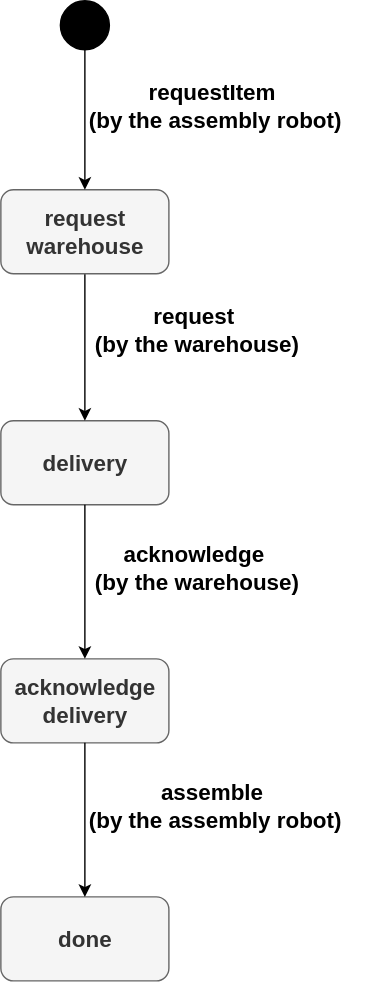
Above: demos/warehouse-readme-demo/assembly-protocol.svg in lucas874/machines (draw.io), before the change. Source tidied: cells renumbered, new cells last; positions are measured from the earlier drawing's top-left corner, leaving out a move shared by most shapes. Source of this version:
```xml
<mxGraphModel>
  <root>
    <mxCell id="0" />
    <mxCell id="1" parent="0" />
    <mxCell id="2" value="&lt;b&gt;&lt;font style=&quot;font-size: 16px;&quot;&gt;delivery&lt;/font&gt;&lt;/b&gt;" style="rounded=1;whiteSpace=wrap;html=1;fillColor=#f5f5f5;fontColor=#333333;strokeColor=#666666;" parent="1" vertex="1">
      <mxGeometry y="300" width="120" height="60" as="geometry" />
    </mxCell>
    <mxCell id="3" style="endArrow=classic;html=1;rounded=0;exitX=0.5;exitY=1;exitDx=0;exitDy=0;" parent="1" edge="1" target="2">
      <mxGeometry relative="1" as="geometry">
        <mxPoint x="60" y="195" as="sourcePoint" />
      </mxGeometry>
    </mxCell>
    <mxCell id="4" value="&lt;div&gt;&lt;font style=&quot;font-size: 16px;&quot;&gt;&lt;b&gt;request&amp;nbsp;&lt;/b&gt;&lt;/font&gt;&lt;/div&gt;&lt;div&gt;&lt;font style=&quot;font-size: 16px;&quot;&gt;&lt;b&gt;(by the warehouse)&lt;/b&gt;&lt;/font&gt;&lt;/div&gt;" style="text;html=1;align=center;verticalAlign=middle;whiteSpace=wrap;rounded=0;" parent="1" vertex="1">
      <mxGeometry x="40" y="220" width="200" height="30" as="geometry" />
    </mxCell>
    <mxCell id="5" value="&lt;div&gt;&lt;b&gt;&lt;font style=&quot;font-size: 16px;&quot;&gt;acknowledge delivery&lt;/font&gt;&lt;/b&gt;&lt;/div&gt;" style="rounded=1;whiteSpace=wrap;html=1;fillColor=#f5f5f5;fontColor=#333333;strokeColor=#666666;" parent="1" vertex="1">
      <mxGeometry y="470" width="120" height="60" as="geometry" />
    </mxCell>
    <mxCell id="6" style="endArrow=classic;html=1;rounded=0;exitX=0.5;exitY=1;exitDx=0;exitDy=0;" parent="1" edge="1">
      <mxGeometry relative="1" as="geometry">
        <mxPoint x="60" y="360" as="sourcePoint" />
        <mxPoint x="60" y="470" as="targetPoint" />
      </mxGeometry>
    </mxCell>
    <mxCell id="7" value="&lt;div&gt;&lt;font style=&quot;font-size: 16px;&quot;&gt;&lt;b&gt;acknowledge&amp;nbsp;&lt;/b&gt;&lt;/font&gt;&lt;/div&gt;&lt;div&gt;&lt;font style=&quot;font-size: 16px;&quot;&gt;&lt;b&gt;(by the warehouse)&lt;/b&gt;&lt;/font&gt;&lt;/div&gt;" style="text;html=1;align=center;verticalAlign=middle;whiteSpace=wrap;rounded=0;" parent="1" vertex="1">
      <mxGeometry x="30" y="390" width="220" height="30" as="geometry" />
    </mxCell>
    <mxCell id="8" value="&lt;b&gt;&lt;font style=&quot;font-size: 16px;&quot;&gt;done&lt;/font&gt;&lt;/b&gt;" style="rounded=1;whiteSpace=wrap;html=1;fillColor=#f5f5f5;fontColor=#333333;strokeColor=#666666;" parent="1" vertex="1">
      <mxGeometry y="640" width="120" height="60" as="geometry" />
    </mxCell>
    <mxCell id="9" style="endArrow=classic;html=1;rounded=0;exitX=0.5;exitY=1;exitDx=0;exitDy=0;" parent="1" edge="1">
      <mxGeometry relative="1" as="geometry">
        <mxPoint x="60" y="530" as="sourcePoint" />
        <mxPoint x="60" y="640" as="targetPoint" />
      </mxGeometry>
    </mxCell>
    <mxCell id="10" value="&lt;div&gt;&lt;font style=&quot;font-size: 16px;&quot;&gt;&lt;b&gt;assemble&amp;nbsp;&lt;/b&gt;&lt;/font&gt;&lt;/div&gt;&lt;div&gt;&lt;font style=&quot;font-size: 16px;&quot;&gt;&lt;b&gt;(by the assembly robot)&lt;/b&gt;&lt;/font&gt;&lt;/div&gt;" style="text;html=1;align=center;verticalAlign=middle;whiteSpace=wrap;rounded=0;" parent="1" vertex="1">
      <mxGeometry x="42.5" y="560" width="220" height="30" as="geometry" />
    </mxCell>
    <mxCell id="11" value="&lt;font style=&quot;font-size: 16px;&quot;&gt;&lt;b&gt;request warehouse&lt;/b&gt;&lt;/font&gt;" style="rounded=1;whiteSpace=wrap;html=1;fillColor=#f5f5f5;fontColor=#333333;strokeColor=#666666;" parent="1" vertex="1">
      <mxGeometry y="135" width="120" height="60" as="geometry" />
    </mxCell>
    <mxCell id="12" style="endArrow=classic;html=1;rounded=0;exitX=0.5;exitY=1;exitDx=0;exitDy=0;" parent="1" edge="1" target="11">
      <mxGeometry relative="1" as="geometry">
        <mxPoint x="60" y="30" as="sourcePoint" />
      </mxGeometry>
    </mxCell>
    <mxCell id="13" value="&lt;div&gt;&lt;font style=&quot;font-size: 16px;&quot;&gt;&lt;b&gt;requestItem&amp;nbsp;&lt;/b&gt;&lt;/font&gt;&lt;/div&gt;&lt;div&gt;&lt;font style=&quot;font-size: 16px;&quot;&gt;&lt;b&gt;(by the assembly robot)&lt;/b&gt;&lt;/font&gt;&lt;/div&gt;" style="text;html=1;align=center;verticalAlign=middle;whiteSpace=wrap;rounded=0;" parent="1" vertex="1">
      <mxGeometry x="52.5" y="60" width="200" height="30" as="geometry" />
    </mxCell>
    <mxCell id="14" style="ellipse;whiteSpace=wrap;html=1;fillColor=#000000;" parent="1" vertex="1">
      <mxGeometry x="42.5" width="35" height="35" as="geometry" />
    </mxCell>
  </root>
</mxGraphModel>
```
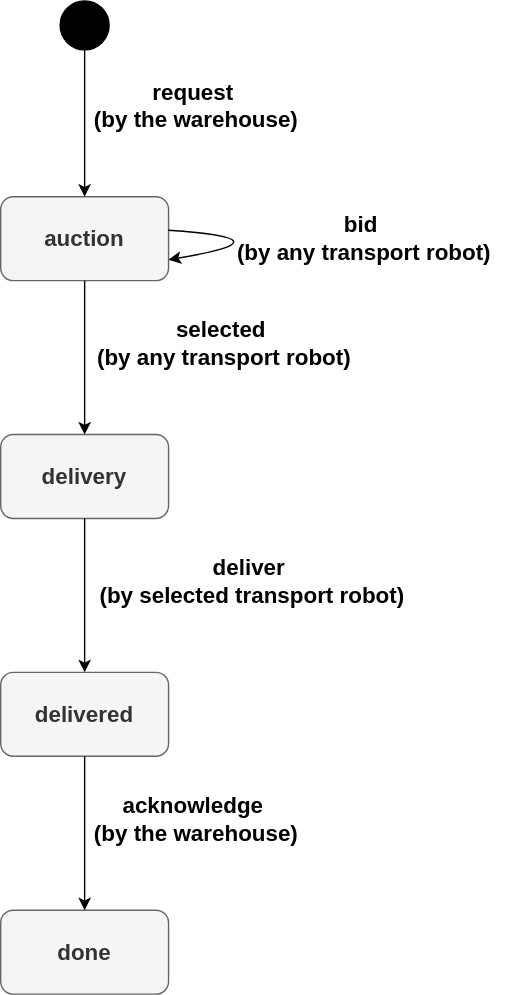
The same file after the commit.

Diff of the diagram source:
```diff
@@ -2,54 +2,63 @@
   <root>
     <mxCell id="0" />
     <mxCell id="1" parent="0" />
+    <mxCell id="15" style="ellipse;whiteSpace=wrap;html=1;fillColor=#000000;" parent="1" vertex="1">
+      <mxGeometry x="42.5" y="160" width="35" height="35" as="geometry" />
+    </mxCell>
-    <mxCell id="2" value="&lt;b&gt;&lt;font style=&quot;font-size: 16px;&quot;&gt;delivery&lt;/font&gt;&lt;/b&gt;" style="rounded=1;whiteSpace=wrap;html=1;fillColor=#f5f5f5;fontColor=#333333;strokeColor=#666666;" parent="1" vertex="1">
+    <mxCell id="2" value="&lt;font style=&quot;font-size: 16px;&quot;&gt;&lt;b&gt;auction&lt;/b&gt;&lt;/font&gt;" style="rounded=1;whiteSpace=wrap;html=1;fillColor=#f5f5f5;fontColor=#333333;strokeColor=#666666;" parent="1" vertex="1">
       <mxGeometry y="300" width="120" height="60" as="geometry" />
     </mxCell>
-    <mxCell id="3" style="endArrow=classic;html=1;rounded=0;exitX=0.5;exitY=1;exitDx=0;exitDy=0;" parent="1" edge="1" target="2">
-      <mxGeometry relative="1" as="geometry">
-        <mxPoint x="60" y="195" as="sourcePoint" />
-      </mxGeometry>
+    <mxCell id="3" style="endArrow=classic;html=1;rounded=0;exitX=0.5;exitY=1;exitDx=0;exitDy=0;" parent="1" edge="1" source="15" target="2">
+      <mxGeometry relative="1" as="geometry" />
     </mxCell>
     <mxCell id="4" value="&lt;div&gt;&lt;font style=&quot;font-size: 16px;&quot;&gt;&lt;b&gt;request&amp;nbsp;&lt;/b&gt;&lt;/font&gt;&lt;/div&gt;&lt;div&gt;&lt;font style=&quot;font-size: 16px;&quot;&gt;&lt;b&gt;(by the warehouse)&lt;/b&gt;&lt;/font&gt;&lt;/div&gt;" style="text;html=1;align=center;verticalAlign=middle;whiteSpace=wrap;rounded=0;" parent="1" vertex="1">
       <mxGeometry x="40" y="220" width="200" height="30" as="geometry" />
     </mxCell>
+    <mxCell id="16" style="endArrow=classic;html=1;rounded=0;exitX=0.998;exitY=0.4;exitDx=0;exitDy=0;exitPerimeter=0;entryX=1;entryY=0.75;entryDx=0;entryDy=0;curved=1;" parent="1" edge="1" source="2" target="2">
+      <mxGeometry relative="1" as="geometry">
+        <Array as="points">
+          <mxPoint x="210" y="330" />
+        </Array>
+      </mxGeometry>
+    </mxCell>
+    <mxCell id="17" value="&lt;div&gt;&lt;font style=&quot;font-size: 16px;&quot;&gt;&lt;b&gt;bid&amp;nbsp;&lt;/b&gt;&lt;/font&gt;&lt;/div&gt;&lt;div&gt;&lt;font style=&quot;font-size: 16px;&quot;&gt;&lt;b&gt;(by any transport robot)&lt;/b&gt;&lt;/font&gt;&lt;/div&gt;" style="text;html=1;align=center;verticalAlign=middle;whiteSpace=wrap;rounded=0;" parent="1" vertex="1">
+      <mxGeometry x="150" y="315" width="220" height="30" as="geometry" />
+    </mxCell>
+    <mxCell id="18" value="&lt;b&gt;&lt;font style=&quot;font-size: 16px;&quot;&gt;delivery&lt;/font&gt;&lt;/b&gt;" style="rounded=1;whiteSpace=wrap;html=1;fillColor=#f5f5f5;fontColor=#333333;strokeColor=#666666;" parent="1" vertex="1">
+      <mxGeometry y="470" width="120" height="60" as="geometry" />
+    </mxCell>
+    <mxCell id="19" style="endArrow=classic;html=1;rounded=0;exitX=0.5;exitY=1;exitDx=0;exitDy=0;" parent="1" edge="1">
+      <mxGeometry relative="1" as="geometry">
+        <mxPoint x="60" y="360" as="sourcePoint" />
+        <mxPoint x="60" y="470" as="targetPoint" />
+      </mxGeometry>
+    </mxCell>
+    <mxCell id="20" value="&lt;div&gt;&lt;font style=&quot;font-size: 16px;&quot;&gt;&lt;b&gt;selected&amp;nbsp;&lt;/b&gt;&lt;/font&gt;&lt;/div&gt;&lt;div&gt;&lt;font style=&quot;font-size: 16px;&quot;&gt;&lt;b&gt;(by any transport robot)&lt;/b&gt;&lt;/font&gt;&lt;/div&gt;" style="text;html=1;align=center;verticalAlign=middle;whiteSpace=wrap;rounded=0;" parent="1" vertex="1">
+      <mxGeometry x="60" y="390" width="200" height="30" as="geometry" />
+    </mxCell>
+    <mxCell id="21" value="&lt;b&gt;&lt;font style=&quot;font-size: 16px;&quot;&gt;delivered&lt;/font&gt;&lt;/b&gt;" style="rounded=1;whiteSpace=wrap;html=1;fillColor=#f5f5f5;fontColor=#333333;strokeColor=#666666;" parent="1" vertex="1">
+      <mxGeometry y="640" width="120" height="60" as="geometry" />
+    </mxCell>
+    <mxCell id="22" style="endArrow=classic;html=1;rounded=0;exitX=0.5;exitY=1;exitDx=0;exitDy=0;" parent="1" edge="1">
+      <mxGeometry relative="1" as="geometry">
+        <mxPoint x="60" y="530" as="sourcePoint" />
+        <mxPoint x="60" y="640" as="targetPoint" />
+      </mxGeometry>
+    </mxCell>
+    <mxCell id="23" value="&lt;div&gt;&lt;font style=&quot;font-size: 16px;&quot;&gt;&lt;b&gt;deliver&amp;nbsp;&lt;/b&gt;&lt;/font&gt;&lt;/div&gt;&lt;div&gt;&lt;font style=&quot;font-size: 16px;&quot;&gt;&lt;b&gt;(by selected transport robot)&lt;/b&gt;&lt;/font&gt;&lt;/div&gt;" style="text;html=1;align=center;verticalAlign=middle;whiteSpace=wrap;rounded=0;" parent="1" vertex="1">
+      <mxGeometry x="70" y="560" width="220" height="30" as="geometry" />
+    </mxCell>
-    <mxCell id="5" value="&lt;div&gt;&lt;b&gt;&lt;font style=&quot;font-size: 16px;&quot;&gt;acknowledge delivery&lt;/font&gt;&lt;/b&gt;&lt;/div&gt;" style="rounded=1;whiteSpace=wrap;html=1;fillColor=#f5f5f5;fontColor=#333333;strokeColor=#666666;" parent="1" vertex="1">
-      <mxGeometry y="470" width="120" height="60" as="geometry" />
+    <mxCell id="5" value="&lt;b&gt;&lt;font style=&quot;font-size: 16px;&quot;&gt;done&lt;/font&gt;&lt;/b&gt;" style="rounded=1;whiteSpace=wrap;html=1;fillColor=#f5f5f5;fontColor=#333333;strokeColor=#666666;" parent="1" vertex="1">
+      <mxGeometry y="810" width="120" height="60" as="geometry" />
     </mxCell>
     <mxCell id="6" style="endArrow=classic;html=1;rounded=0;exitX=0.5;exitY=1;exitDx=0;exitDy=0;" parent="1" edge="1">
       <mxGeometry relative="1" as="geometry">
-        <mxPoint x="60" y="360" as="sourcePoint" />
-        <mxPoint x="60" y="470" as="targetPoint" />
+        <mxPoint x="60" y="700" as="sourcePoint" />
+        <mxPoint x="60" y="810" as="targetPoint" />
       </mxGeometry>
     </mxCell>
     <mxCell id="7" value="&lt;div&gt;&lt;font style=&quot;font-size: 16px;&quot;&gt;&lt;b&gt;acknowledge&amp;nbsp;&lt;/b&gt;&lt;/font&gt;&lt;/div&gt;&lt;div&gt;&lt;font style=&quot;font-size: 16px;&quot;&gt;&lt;b&gt;(by the warehouse)&lt;/b&gt;&lt;/font&gt;&lt;/div&gt;" style="text;html=1;align=center;verticalAlign=middle;whiteSpace=wrap;rounded=0;" parent="1" vertex="1">
-      <mxGeometry x="30" y="390" width="220" height="30" as="geometry" />
+      <mxGeometry x="30" y="730" width="220" height="30" as="geometry" />
     </mxCell>
-    <mxCell id="8" value="&lt;b&gt;&lt;font style=&quot;font-size: 16px;&quot;&gt;done&lt;/font&gt;&lt;/b&gt;" style="rounded=1;whiteSpace=wrap;html=1;fillColor=#f5f5f5;fontColor=#333333;strokeColor=#666666;" parent="1" vertex="1">
-      <mxGeometry y="640" width="120" height="60" as="geometry" />
-    </mxCell>
-    <mxCell id="9" style="endArrow=classic;html=1;rounded=0;exitX=0.5;exitY=1;exitDx=0;exitDy=0;" parent="1" edge="1">
-      <mxGeometry relative="1" as="geometry">
-        <mxPoint x="60" y="530" as="sourcePoint" />
-        <mxPoint x="60" y="640" as="targetPoint" />
-      </mxGeometry>
-    </mxCell>
-    <mxCell id="10" value="&lt;div&gt;&lt;font style=&quot;font-size: 16px;&quot;&gt;&lt;b&gt;assemble&amp;nbsp;&lt;/b&gt;&lt;/font&gt;&lt;/div&gt;&lt;div&gt;&lt;font style=&quot;font-size: 16px;&quot;&gt;&lt;b&gt;(by the assembly robot)&lt;/b&gt;&lt;/font&gt;&lt;/div&gt;" style="text;html=1;align=center;verticalAlign=middle;whiteSpace=wrap;rounded=0;" parent="1" vertex="1">
-      <mxGeometry x="42.5" y="560" width="220" height="30" as="geometry" />
-    </mxCell>
-    <mxCell id="11" value="&lt;font style=&quot;font-size: 16px;&quot;&gt;&lt;b&gt;request warehouse&lt;/b&gt;&lt;/font&gt;" style="rounded=1;whiteSpace=wrap;html=1;fillColor=#f5f5f5;fontColor=#333333;strokeColor=#666666;" parent="1" vertex="1">
-      <mxGeometry y="135" width="120" height="60" as="geometry" />
-    </mxCell>
-    <mxCell id="12" style="endArrow=classic;html=1;rounded=0;exitX=0.5;exitY=1;exitDx=0;exitDy=0;" parent="1" edge="1" target="11">
-      <mxGeometry relative="1" as="geometry">
-        <mxPoint x="60" y="30" as="sourcePoint" />
-      </mxGeometry>
-    </mxCell>
-    <mxCell id="13" value="&lt;div&gt;&lt;font style=&quot;font-size: 16px;&quot;&gt;&lt;b&gt;requestItem&amp;nbsp;&lt;/b&gt;&lt;/font&gt;&lt;/div&gt;&lt;div&gt;&lt;font style=&quot;font-size: 16px;&quot;&gt;&lt;b&gt;(by the assembly robot)&lt;/b&gt;&lt;/font&gt;&lt;/div&gt;" style="text;html=1;align=center;verticalAlign=middle;whiteSpace=wrap;rounded=0;" parent="1" vertex="1">
-      <mxGeometry x="52.5" y="60" width="200" height="30" as="geometry" />
-    </mxCell>
-    <mxCell id="14" style="ellipse;whiteSpace=wrap;html=1;fillColor=#000000;" parent="1" vertex="1">
-      <mxGeometry x="42.5" width="35" height="35" as="geometry" />
-    </mxCell>
   </root>
 </mxGraphModel>
```
